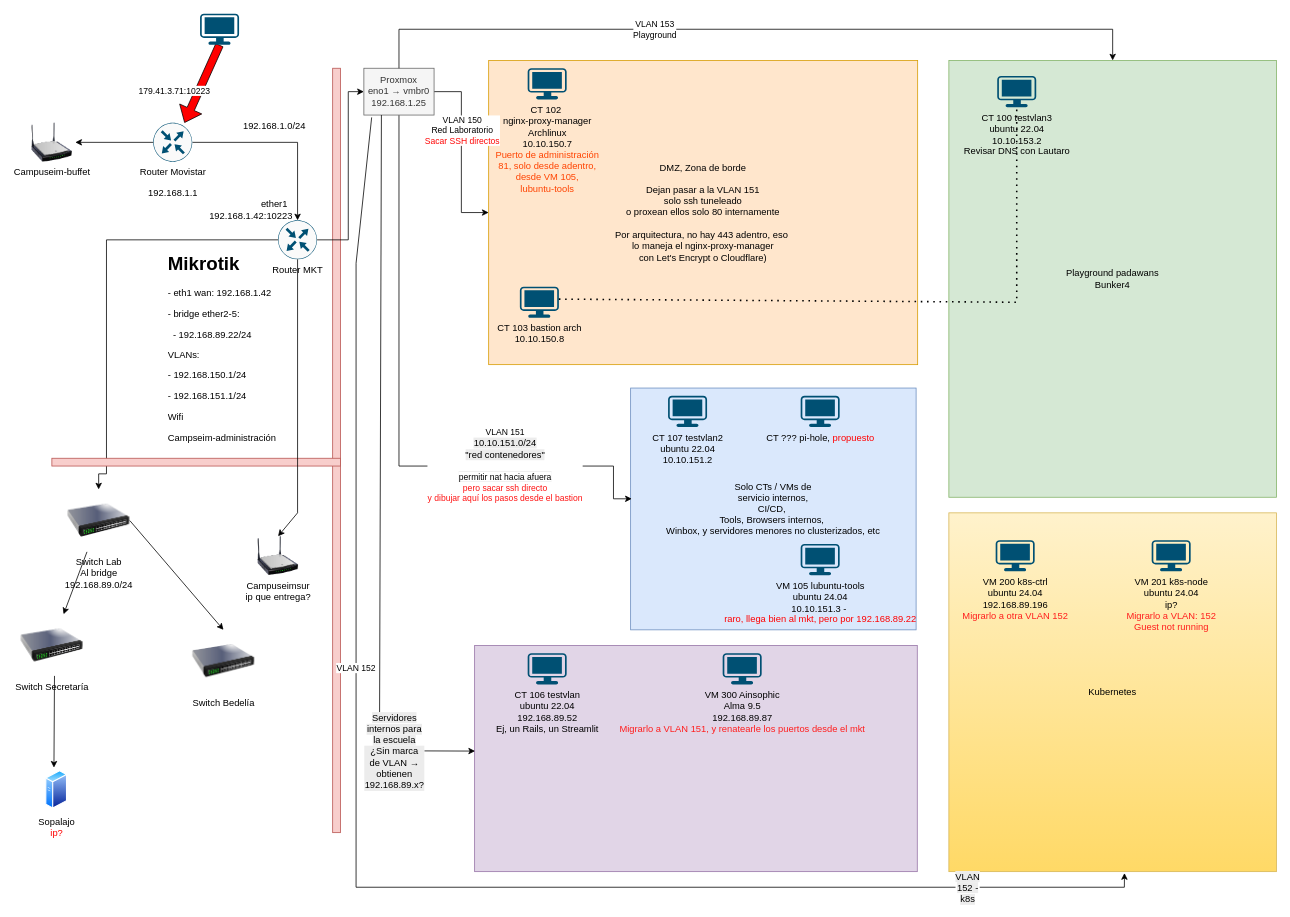
The draw.io diagram red proxmox.drawio in perfeccion-ar/infraestructura-clasica-y-avanzada, before the edit. Source tidied: cells renumbered, new cells numbered last; positions are measured from the earlier drawing's top-left corner, leaving out a move shared by most shapes. Both pictures are drawn from the tidied source at 78%, with x=0, y=0 at pixel (20, 13).
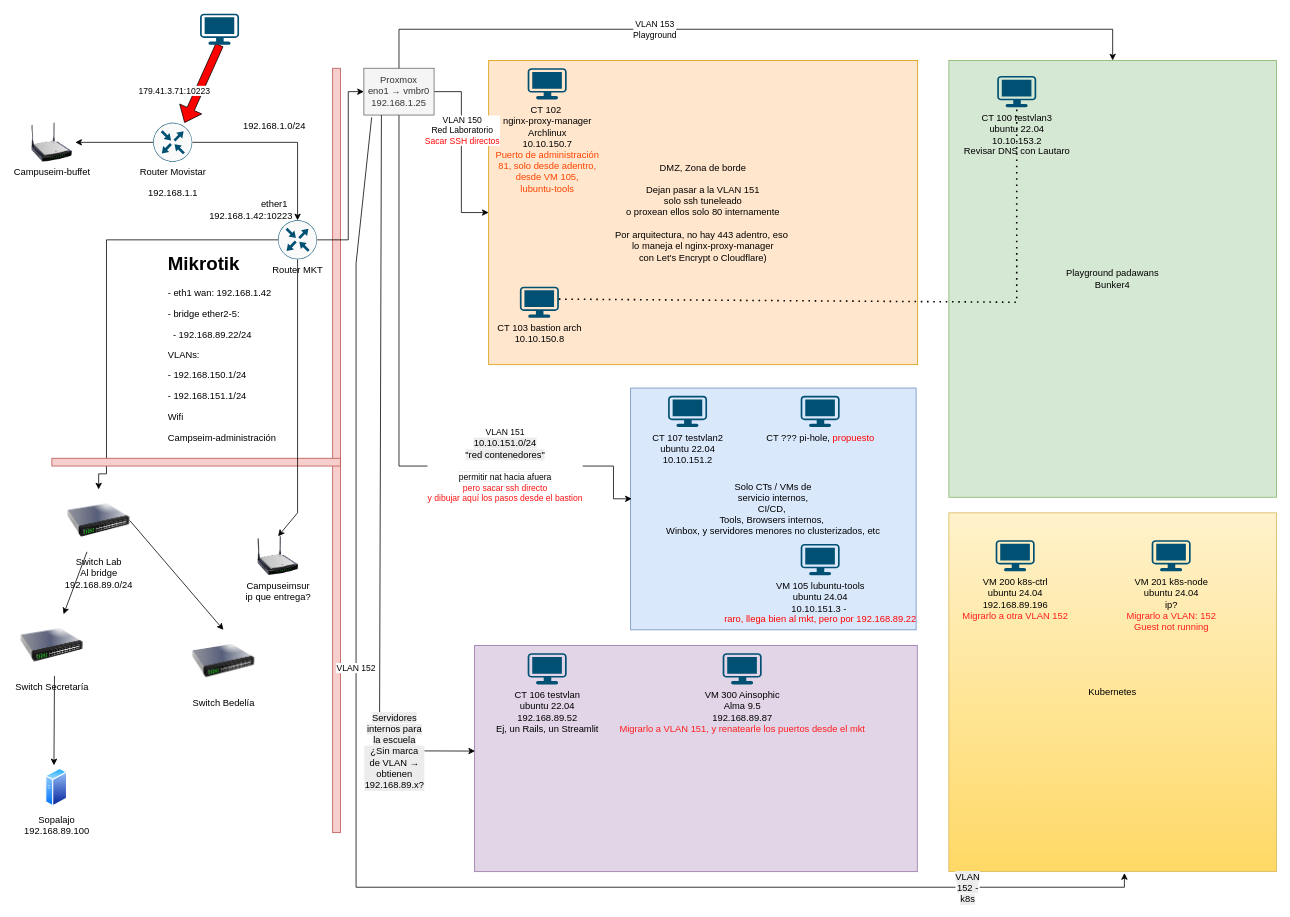
After the change.

Diff of the diagram source:
```diff
@@
-    <mxCell id="43" value="Sopalajo&lt;div&gt;&lt;font style=&quot;color: rgb(255, 0, 0);&quot;&gt;ip?&lt;/font&gt;&lt;/div&gt;" style="image;perimeter=ellipsePerimeter;html=1;align=center;shadow=0;dashed=0;spacingTop=3;image=img/lib/active_directory/generic_server.svg;" parent="1" vertex="1">
-      <mxGeometry x="32" y="970" width="28" height="50" as="geometry" />
+    <mxCell id="43" value="Sopalajo&lt;div&gt;&lt;font style=&quot;color: rgb(0, 0, 0);&quot;&gt;192.168.89.100&lt;/font&gt;&lt;/div&gt;" style="image;perimeter=ellipsePerimeter;html=1;align=center;shadow=0;dashed=0;spacingTop=3;image=img/lib/active_directory/generic_server.svg;" parent="1" vertex="1">
+      <mxGeometry x="32" y="967" width="28" height="50" as="geometry" />
     </mxCell>
```
